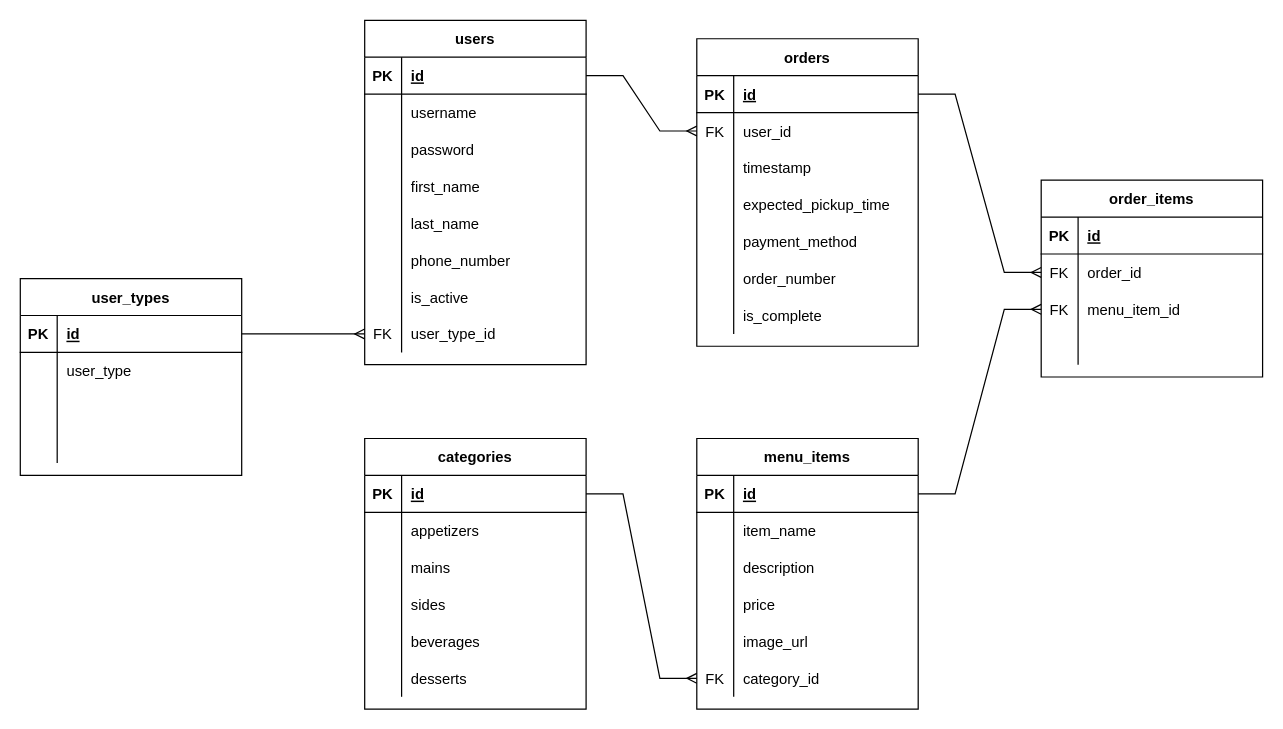
Before: planning/ERD.drawio in ngsv/food-ordering, a draw.io diagram. Source tidied: cells renumbered, new cells numbered last; positions are measured from the earlier drawing's top-left corner, leaving out a move shared by most shapes. Both pictures are drawn from the tidied source at 123%, with x=0, y=0 at pixel (20, 20).
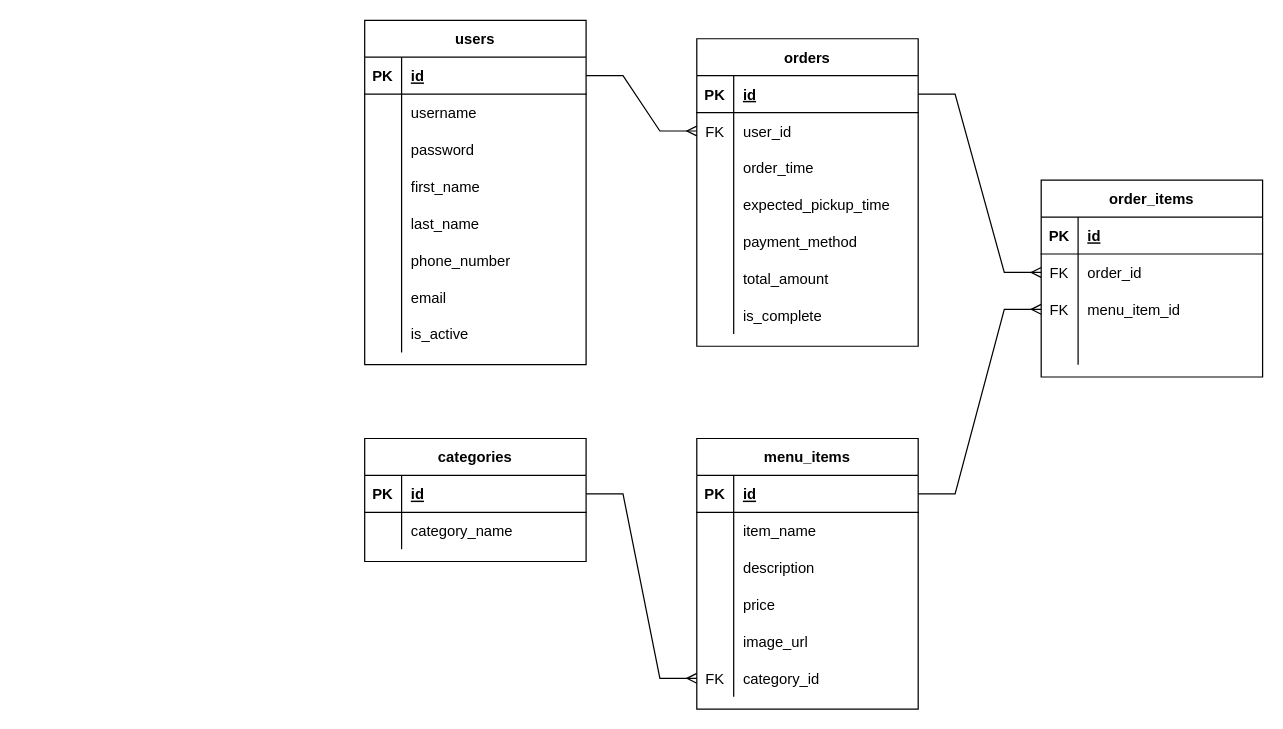
The same page after the edit.

Commit message (it also covers changes not shown here):
Update ERD, separated routes for each resource

Unchanged cells that the change refers to:
```xml
<mxCell id="2" value="users" style="shape=table;startSize=30;childLayout=tableLayout;rowLines=0;fontStyle=1;align=center;" parent="1" vertex="1">
  <mxGeometry x="280" width="180" height="280" as="geometry" />
</mxCell>
<mxCell id="64" style="shape=tableRow;horizontal=0;startSize=0;swimlaneHead=0;swimlaneBody=0;fillColor=none;top=0;left=0;right=0;bottom=0;" parent="60" vertex="1">
  <mxGeometry y="60" width="180" height="30" as="geometry" />
</mxCell>
<mxCell id="86" style="shape=tableRow;horizontal=0;startSize=0;swimlaneHead=0;swimlaneBody=0;fillColor=none;top=0;left=0;right=0;bottom=0;" parent="79" vertex="1">
  <mxGeometry y="90" width="180" height="30" as="geometry" />
</mxCell>
<mxCell id="95" style="shape=tableRow;horizontal=0;startSize=0;swimlaneHead=0;swimlaneBody=0;fillColor=none;top=0;left=0;right=0;bottom=0;" parent="79" vertex="1">
  <mxGeometry y="180" width="180" height="30" as="geometry" />
</mxCell>
```

Change to the diagram source:
```diff
@@
+    <mxCell id="118" style="shape=tableRow;horizontal=0;startSize=0;swimlaneHead=0;swimlaneBody=0;fillColor=none;top=0;left=0;right=0;bottom=0;" parent="2" vertex="1">
+      <mxGeometry y="210" width="180" height="30" as="geometry" />
+    </mxCell>
+    <mxCell id="119" style="shape=partialRectangle;fillColor=none;top=0;left=0;bottom=0;right=0;overflow=hidden;" parent="118" vertex="1">
+      <mxGeometry width="30" height="30" as="geometry" />
+    </mxCell>
+    <mxCell id="120" value="email" style="shape=partialRectangle;fillColor=none;top=0;left=0;bottom=0;right=0;align=left;spacingLeft=6;overflow=hidden;" parent="118" vertex="1">
+      <mxGeometry x="30" width="150" height="30" as="geometry" />
+    </mxCell>
     <mxCell id="21" style="shape=tableRow;horizontal=0;startSize=0;swimlaneHead=0;swimlaneBody=0;fillColor=none;top=0;left=0;right=0;bottom=0;" parent="2" vertex="1">
-      <mxGeometry y="210" width="180" height="30" as="geometry" />
+      <mxGeometry y="240" width="180" height="30" as="geometry" />
     </mxCell>
@@
-    <mxCell id="24" style="shape=tableRow;horizontal=0;startSize=0;swimlaneHead=0;swimlaneBody=0;fillColor=none;points=[[0,0.5],[1,0.5]];portConstraint=eastwest;top=0;left=0;right=0;bottom=0;" parent="2" vertex="1">
-      <mxGeometry y="240" width="180" height="30" as="geometry" />
-    </mxCell>
-    <mxCell id="25" value="FK" style="shape=partialRectangle;fillColor=none;top=0;left=0;bottom=0;right=0;overflow=hidden;" parent="24" vertex="1">
-      <mxGeometry width="30" height="30" as="geometry" />
-    </mxCell>
-    <mxCell id="26" value="user_type_id" style="shape=partialRectangle;fillColor=none;top=0;left=0;bottom=0;right=0;align=left;spacingLeft=6;overflow=hidden;" parent="24" vertex="1">
-      <mxGeometry x="30" width="150" height="30" as="geometry" />
-    </mxCell>
@@
-    <mxCell id="28" value="user_types" style="shape=table;startSize=30;childLayout=tableLayout;rowLines=0;fontStyle=1;align=center;" parent="1" vertex="1">
-      <mxGeometry y="210" width="180" height="160" as="geometry" />
-    </mxCell>
-    <mxCell id="29" style="shape=tableRow;horizontal=0;startSize=0;swimlaneHead=0;swimlaneBody=0;fillColor=none;points=[[0,0.5],[1,0.5]];portConstraint=eastwest;top=0;left=0;right=0;bottom=1;" parent="28" vertex="1">
-      <mxGeometry y="30" width="180" height="30" as="geometry" />
-    </mxCell>
-    <mxCell id="30" value="PK" style="shape=partialRectangle;fillColor=none;top=0;left=0;bottom=0;right=0;fontStyle=1;overflow=hidden;" parent="29" vertex="1">
-      <mxGeometry width="30" height="30" as="geometry" />
-    </mxCell>
-    <mxCell id="31" value="id" style="shape=partialRectangle;fillColor=none;top=0;left=0;bottom=0;right=0;align=left;spacingLeft=6;fontStyle=5;overflow=hidden;" parent="29" vertex="1">
-      <mxGeometry x="30" width="150" height="30" as="geometry" />
-    </mxCell>
-    <mxCell id="32" style="shape=tableRow;horizontal=0;startSize=0;swimlaneHead=0;swimlaneBody=0;fillColor=none;top=0;left=0;right=0;bottom=0;" parent="28" vertex="1">
-      <mxGeometry y="60" width="180" height="30" as="geometry" />
-    </mxCell>
-    <mxCell id="33" style="shape=partialRectangle;fillColor=none;top=0;left=0;bottom=0;right=0;overflow=hidden;" parent="32" vertex="1">
-      <mxGeometry width="30" height="30" as="geometry" />
-    </mxCell>
-    <mxCell id="34" value="user_type" style="shape=partialRectangle;fillColor=none;top=0;left=0;bottom=0;right=0;align=left;spacingLeft=6;overflow=hidden;" parent="32" vertex="1">
-      <mxGeometry x="30" width="150" height="30" as="geometry" />
-    </mxCell>
-    <mxCell id="35" style="shape=tableRow;horizontal=0;startSize=0;swimlaneHead=0;swimlaneBody=0;fillColor=none;top=0;left=0;right=0;bottom=0;" parent="28" vertex="1">
-      <mxGeometry y="90" width="180" height="30" as="geometry" />
-    </mxCell>
-    <mxCell id="36" style="shape=partialRectangle;fillColor=none;top=0;left=0;bottom=0;right=0;overflow=hidden;" parent="35" vertex="1">
-      <mxGeometry width="30" height="30" as="geometry" />
-    </mxCell>
-    <mxCell id="37" style="shape=partialRectangle;fillColor=none;top=0;left=0;bottom=0;right=0;align=left;spacingLeft=6;overflow=hidden;" parent="35" vertex="1">
-      <mxGeometry x="30" width="150" height="30" as="geometry" />
-    </mxCell>
-    <mxCell id="38" style="shape=tableRow;horizontal=0;startSize=0;swimlaneHead=0;swimlaneBody=0;fillColor=none;top=0;left=0;right=0;bottom=0;" parent="28" vertex="1">
-      <mxGeometry y="120" width="180" height="30" as="geometry" />
-    </mxCell>
-    <mxCell id="39" style="shape=partialRectangle;fillColor=none;top=0;left=0;bottom=0;right=0;overflow=hidden;" parent="38" vertex="1">
-      <mxGeometry width="30" height="30" as="geometry" />
-    </mxCell>
-    <mxCell id="40" style="shape=partialRectangle;fillColor=none;top=0;left=0;bottom=0;right=0;align=left;spacingLeft=6;overflow=hidden;" parent="38" vertex="1">
-      <mxGeometry x="30" width="150" height="30" as="geometry" />
-    </mxCell>
@@
     <mxCell id="60" value="categories" style="shape=table;startSize=30;childLayout=tableLayout;rowLines=0;fontStyle=1;align=center;" parent="1" vertex="1">
-      <mxGeometry x="280" y="340" width="180" height="220" as="geometry" />
+      <mxGeometry x="280" y="340" width="180" height="100" as="geometry" />
     </mxCell>
@@
-    <mxCell id="66" value="appetizers" style="shape=partialRectangle;fillColor=none;top=0;left=0;bottom=0;right=0;align=left;spacingLeft=6;overflow=hidden;" parent="64" vertex="1">
+    <mxCell id="66" value="category_name" style="shape=partialRectangle;fillColor=none;top=0;left=0;bottom=0;right=0;align=left;spacingLeft=6;overflow=hidden;" parent="64" vertex="1">
       <mxGeometry x="30" width="150" height="30" as="geometry" />
     </mxCell>
-    <mxCell id="67" style="shape=tableRow;horizontal=0;startSize=0;swimlaneHead=0;swimlaneBody=0;fillColor=none;top=0;left=0;right=0;bottom=0;" parent="60" vertex="1">
-      <mxGeometry y="90" width="180" height="30" as="geometry" />
-    </mxCell>
-    <mxCell id="68" style="shape=partialRectangle;fillColor=none;top=0;left=0;bottom=0;right=0;overflow=hidden;" parent="67" vertex="1">
-      <mxGeometry width="30" height="30" as="geometry" />
-    </mxCell>
-    <mxCell id="69" value="mains" style="shape=partialRectangle;fillColor=none;top=0;left=0;bottom=0;right=0;align=left;spacingLeft=6;overflow=hidden;" parent="67" vertex="1">
-      <mxGeometry x="30" width="150" height="30" as="geometry" />
-    </mxCell>
-    <mxCell id="70" style="shape=tableRow;horizontal=0;startSize=0;swimlaneHead=0;swimlaneBody=0;fillColor=none;top=0;left=0;right=0;bottom=0;" parent="60" vertex="1">
-      <mxGeometry y="120" width="180" height="30" as="geometry" />
-    </mxCell>
-    <mxCell id="71" style="shape=partialRectangle;fillColor=none;top=0;left=0;bottom=0;right=0;overflow=hidden;" parent="70" vertex="1">
-      <mxGeometry width="30" height="30" as="geometry" />
-    </mxCell>
-    <mxCell id="72" value="sides" style="shape=partialRectangle;fillColor=none;top=0;left=0;bottom=0;right=0;align=left;spacingLeft=6;overflow=hidden;" parent="70" vertex="1">
-      <mxGeometry x="30" width="150" height="30" as="geometry" />
-    </mxCell>
-    <mxCell id="73" style="shape=tableRow;horizontal=0;startSize=0;swimlaneHead=0;swimlaneBody=0;fillColor=none;top=0;left=0;right=0;bottom=0;" parent="60" vertex="1">
-      <mxGeometry y="150" width="180" height="30" as="geometry" />
-    </mxCell>
-    <mxCell id="74" style="shape=partialRectangle;fillColor=none;top=0;left=0;bottom=0;right=0;overflow=hidden;" parent="73" vertex="1">
-      <mxGeometry width="30" height="30" as="geometry" />
-    </mxCell>
-    <mxCell id="75" value="beverages" style="shape=partialRectangle;fillColor=none;top=0;left=0;bottom=0;right=0;align=left;spacingLeft=6;overflow=hidden;" parent="73" vertex="1">
-      <mxGeometry x="30" width="150" height="30" as="geometry" />
-    </mxCell>
-    <mxCell id="76" style="shape=tableRow;horizontal=0;startSize=0;swimlaneHead=0;swimlaneBody=0;fillColor=none;top=0;left=0;right=0;bottom=0;" parent="60" vertex="1">
-      <mxGeometry y="180" width="180" height="30" as="geometry" />
-    </mxCell>
-    <mxCell id="77" style="shape=partialRectangle;fillColor=none;top=0;left=0;bottom=0;right=0;overflow=hidden;" parent="76" vertex="1">
-      <mxGeometry width="30" height="30" as="geometry" />
-    </mxCell>
-    <mxCell id="78" value="desserts" style="shape=partialRectangle;fillColor=none;top=0;left=0;bottom=0;right=0;align=left;spacingLeft=6;overflow=hidden;" parent="76" vertex="1">
-      <mxGeometry x="30" width="150" height="30" as="geometry" />
-    </mxCell>
@@
-    <mxCell id="88" value="timestamp" style="shape=partialRectangle;fillColor=none;top=0;left=0;bottom=0;right=0;align=left;spacingLeft=6;overflow=hidden;" parent="86" vertex="1">
+    <mxCell id="88" value="order_time" style="shape=partialRectangle;fillColor=none;top=0;left=0;bottom=0;right=0;align=left;spacingLeft=6;overflow=hidden;" parent="86" vertex="1">
       <mxGeometry x="30" width="150" height="30" as="geometry" />
     </mxCell>
@@
-    <mxCell id="97" value="order_number" style="shape=partialRectangle;fillColor=none;top=0;left=0;bottom=0;right=0;align=left;spacingLeft=6;overflow=hidden;" parent="95" vertex="1">
+    <mxCell id="97" value="total_amount" style="shape=partialRectangle;fillColor=none;top=0;left=0;bottom=0;right=0;align=left;spacingLeft=6;overflow=hidden;" parent="95" vertex="1">
       <mxGeometry x="30" width="150" height="30" as="geometry" />
     </mxCell>
@@
-    <mxCell id="101" style="edgeStyle=entityRelationEdgeStyle;fontSize=12;html=1;endArrow=ERmany;rounded=0;entryX=0;entryY=0.5;entryDx=0;entryDy=0;exitX=1;exitY=0.5;exitDx=0;exitDy=0;" parent="1" edge="1" source="29" target="24">
-      <mxGeometry relative="1" as="geometry" />
-    </mxCell>
```
